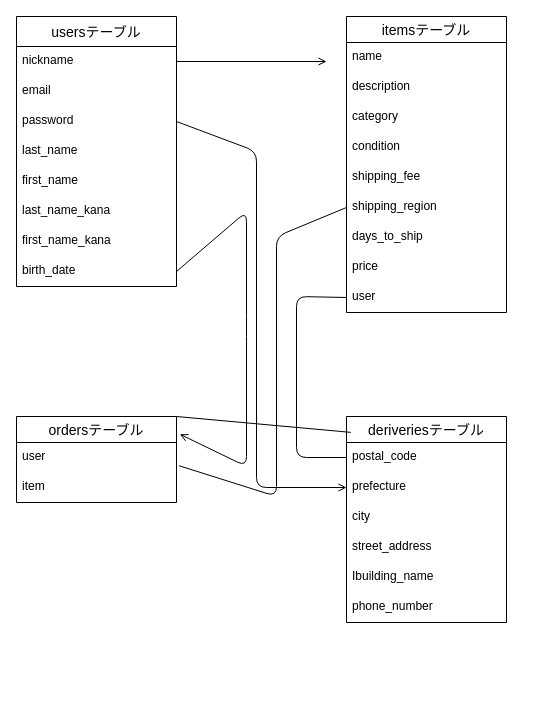
This is furima.dio from kin0208/furima40263, a draw.io file, before an edit. Source tidied: cells renumbered, new cells numbered last; positions are measured from the earlier drawing's top-left corner, leaving out a move shared by most shapes. Both pictures are drawn from the tidied source at 100%, with x=0, y=0 at pixel (16, 16).
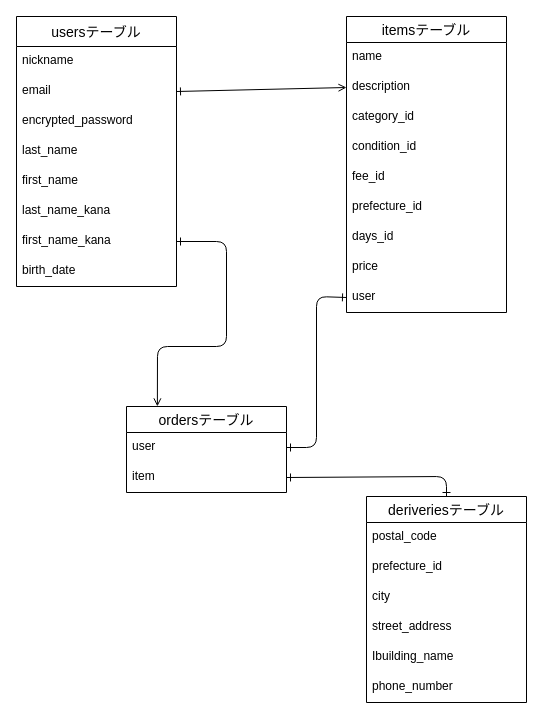
The same diagram, later.

Commit message (it also covers changes not shown here):
設計の修正

Unchanged cells that the change refers to:
```xml
<mxCell id="2" value="usersテーブル" style="swimlane;fontStyle=0;horizontal=1;startSize=30;align=center;fontSize=14;fontFamily=Helvetica;" parent="1" vertex="1">
  <mxGeometry width="160" height="270" as="geometry" />
</mxCell>
<mxCell id="3" value="nickname" style="text;strokeColor=none;fillColor=none;spacingLeft=4;spacingRight=4;overflow=hidden;points=[[0,0.5],[1,0.5]];portConstraint=eastwest;fontSize=12;" parent="2" vertex="1">
  <mxGeometry y="30" width="160" height="30" as="geometry" />
</mxCell>
<mxCell id="4" value="email" style="text;strokeColor=none;fillColor=none;spacingLeft=4;spacingRight=4;overflow=hidden;points=[[0,0.5],[1,0.5]];portConstraint=eastwest;fontSize=12;fontFamily=Helvetica;" parent="2" vertex="1">
  <mxGeometry y="60" width="160" height="30" as="geometry" />
</mxCell>
<mxCell id="9" value="first_name_kana" style="text;strokeColor=none;fillColor=none;spacingLeft=4;spacingRight=4;overflow=hidden;points=[[0,0.5],[1,0.5]];portConstraint=eastwest;fontSize=12;" parent="2" vertex="1">
  <mxGeometry y="210" width="160" height="30" as="geometry" />
</mxCell>
<mxCell id="10" value="birth_date " style="text;strokeColor=none;fillColor=none;spacingLeft=4;spacingRight=4;overflow=hidden;points=[[0,0.5],[1,0.5]];portConstraint=eastwest;fontSize=12;fontFamily=Helvetica;" parent="2" vertex="1">
  <mxGeometry y="240" width="160" height="30" as="geometry" />
</mxCell>
<mxCell id="11" value="itemsテーブル" style="swimlane;fontStyle=0;horizontal=1;startSize=26;align=center;fontSize=14;fontFamily=Helvetica;" parent="1" vertex="1">
  <mxGeometry x="330" width="160" height="296" as="geometry" />
</mxCell>
<mxCell id="13" value="description " style="text;strokeColor=none;fillColor=none;spacingLeft=4;spacingRight=4;overflow=hidden;points=[[0,0.5],[1,0.5]];portConstraint=eastwest;fontSize=12;fontFamily=Helvetica;" parent="11" vertex="1">
  <mxGeometry y="56" width="160" height="30" as="geometry" />
</mxCell>
<mxCell id="20" value="user" style="text;strokeColor=none;fillColor=none;spacingLeft=4;spacingRight=4;overflow=hidden;points=[[0,0.5],[1,0.5]];portConstraint=eastwest;fontSize=12;fontFamily=Helvetica;" parent="11" vertex="1">
  <mxGeometry y="266" width="160" height="30" as="geometry" />
</mxCell>
<mxCell id="22" value="postal_code" style="text;strokeColor=none;fillColor=none;spacingLeft=4;spacingRight=4;overflow=hidden;points=[[0,0.5],[1,0.5]];portConstraint=eastwest;fontSize=12;fontFamily=Helvetica;" parent="21" vertex="1">
  <mxGeometry y="26" width="160" height="30" as="geometry" />
</mxCell>
<mxCell id="30" value="user" style="text;strokeColor=none;fillColor=none;spacingLeft=4;spacingRight=4;overflow=hidden;points=[[0,0.5],[1,0.5]];portConstraint=eastwest;fontSize=12;fontFamily=Helvetica;" parent="29" vertex="1">
  <mxGeometry y="26" width="160" height="30" as="geometry" />
</mxCell>
<mxCell id="31" value="item" style="text;strokeColor=none;fillColor=none;spacingLeft=4;spacingRight=4;overflow=hidden;points=[[0,0.5],[1,0.5]];portConstraint=eastwest;fontSize=12;fontFamily=Helvetica;" parent="29" vertex="1">
  <mxGeometry y="56" width="160" height="30" as="geometry" />
</mxCell>
```

Diff of the diagram source:
```diff
@@
-    <mxCell id="5" value="password" style="text;strokeColor=none;fillColor=none;spacingLeft=4;spacingRight=4;overflow=hidden;points=[[0,0.5],[1,0.5]];portConstraint=eastwest;fontSize=12;" parent="2" vertex="1">
+    <mxCell id="5" value="encrypted_password" style="text;strokeColor=none;fillColor=none;spacingLeft=4;spacingRight=4;overflow=hidden;points=[[0,0.5],[1,0.5]];portConstraint=eastwest;fontSize=12;" parent="2" vertex="1">
       <mxGeometry y="90" width="160" height="30" as="geometry" />
     </mxCell>
@@
-    <mxCell id="14" value="category " style="text;strokeColor=none;fillColor=none;spacingLeft=4;spacingRight=4;overflow=hidden;fontSize=12;fontFamily=Helvetica;" parent="11" vertex="1">
+    <mxCell id="14" value="category_id" style="text;strokeColor=none;fillColor=none;spacingLeft=4;spacingRight=4;overflow=hidden;fontSize=12;fontFamily=Helvetica;" parent="11" vertex="1">
       <mxGeometry y="86" width="160" height="30" as="geometry" />
     </mxCell>
-    <mxCell id="15" value="condition " style="text;strokeColor=none;fillColor=none;spacingLeft=4;spacingRight=4;overflow=hidden;fontSize=12;fontFamily=Helvetica;" parent="11" vertex="1">
+    <mxCell id="15" value="condition_id" style="text;strokeColor=none;fillColor=none;spacingLeft=4;spacingRight=4;overflow=hidden;fontSize=12;fontFamily=Helvetica;" parent="11" vertex="1">
       <mxGeometry y="116" width="160" height="30" as="geometry" />
     </mxCell>
-    <mxCell id="16" value="shipping_fee " style="text;strokeColor=none;fillColor=none;spacingLeft=4;spacingRight=4;overflow=hidden;fontSize=12;fontFamily=Helvetica;" parent="11" vertex="1">
+    <mxCell id="16" value="fee_id" style="text;strokeColor=none;fillColor=none;spacingLeft=4;spacingRight=4;overflow=hidden;fontSize=12;fontFamily=Helvetica;" parent="11" vertex="1">
       <mxGeometry y="146" width="160" height="30" as="geometry" />
     </mxCell>
-    <mxCell id="17" value="shipping_region " style="text;strokeColor=none;fillColor=none;spacingLeft=4;spacingRight=4;overflow=hidden;points=[[0,0.5],[1,0.5]];portConstraint=eastwest;fontSize=12;fontFamily=Helvetica;" parent="11" vertex="1">
-      <mxGeometry y="176" width="160" height="30" as="geometry" />
-    </mxCell>
+    <mxCell id="37" value="prefecture_id" style="text;strokeColor=none;fillColor=none;spacingLeft=4;spacingRight=4;overflow=hidden;fontSize=12;fontFamily=Helvetica;" parent="11" vertex="1">
+      <mxGeometry y="176" width="160" height="30" as="geometry" />
+    </mxCell>
-    <mxCell id="18" value="days_to_ship " style="text;strokeColor=none;fillColor=none;spacingLeft=4;spacingRight=4;overflow=hidden;fontSize=12;fontFamily=Helvetica;" parent="11" vertex="1">
+    <mxCell id="18" value="days_id" style="text;strokeColor=none;fillColor=none;spacingLeft=4;spacingRight=4;overflow=hidden;fontSize=12;fontFamily=Helvetica;" parent="11" vertex="1">
       <mxGeometry y="206" width="160" height="30" as="geometry" />
     </mxCell>
@@
     <mxCell id="21" value="deriveriesテーブル" style="swimlane;fontStyle=0;horizontal=1;startSize=26;align=center;fontSize=14;fontFamily=Helvetica;" parent="1" vertex="1">
-      <mxGeometry x="330" y="400" width="160" height="206" as="geometry" />
+      <mxGeometry x="350" y="480" width="160" height="206" as="geometry" />
     </mxCell>
@@
-    <mxCell id="23" value="prefecture" style="text;strokeColor=none;fillColor=none;spacingLeft=4;spacingRight=4;overflow=hidden;points=[[0,0.5],[1,0.5]];portConstraint=eastwest;fontSize=12;fontFamily=Helvetica;" parent="21" vertex="1">
+    <mxCell id="23" value="prefecture_id" style="text;strokeColor=none;fillColor=none;spacingLeft=4;spacingRight=4;overflow=hidden;points=[[0,0.5],[1,0.5]];portConstraint=eastwest;fontSize=12;fontFamily=Helvetica;" parent="21" vertex="1">
       <mxGeometry y="56" width="160" height="30" as="geometry" />
     </mxCell>
@@
-    <mxCell id="28" style="edgeStyle=none;html=1;exitX=1;exitY=0;exitDx=0;exitDy=0;entryX=0.027;entryY=0.077;entryDx=0;entryDy=0;entryPerimeter=0;strokeColor=default;fontFamily=Helvetica;endArrow=none;endFill=0;" parent="1" edge="1" source="29" target="21">
-      <mxGeometry relative="1" as="geometry" />
-    </mxCell>
     <mxCell id="29" value="ordersテーブル" style="swimlane;fontStyle=0;horizontal=1;startSize=26;align=center;fontSize=14;fontFamily=Helvetica;" parent="1" vertex="1">
-      <mxGeometry y="400" width="160" height="86" as="geometry" />
+      <mxGeometry x="110" y="390" width="160" height="86" as="geometry" />
     </mxCell>
@@
-    <mxCell id="32" style="edgeStyle=none;html=1;exitX=1;exitY=0.5;exitDx=0;exitDy=0;entryX=1.021;entryY=-0.276;entryDx=0;entryDy=0;entryPerimeter=0;fontFamily=Helvetica;endArrow=open;endFill=0;" parent="1" edge="1" source="10" target="30">
-      <mxGeometry relative="1" as="geometry">
-        <Array as="points">
-          <mxPoint x="230" y="195" />
-          <mxPoint x="230" y="310" />
-          <mxPoint x="230" y="450" />
-        </Array>
-      </mxGeometry>
-    </mxCell>
-    <mxCell id="33" style="edgeStyle=none;html=1;exitX=0;exitY=0.5;exitDx=0;exitDy=0;entryX=0;entryY=0.5;entryDx=0;entryDy=0;fontFamily=Helvetica;endArrow=none;endFill=0;strokeColor=default;" parent="1" edge="1" target="22">
-      <mxGeometry relative="1" as="geometry">
-        <mxPoint x="330" y="281" as="sourcePoint" />
-        <Array as="points">
-          <mxPoint x="280" y="280" />
-          <mxPoint x="280" y="441" />
-        </Array>
-      </mxGeometry>
-    </mxCell>
-    <mxCell id="34" style="edgeStyle=none;html=1;exitX=1;exitY=0.5;exitDx=0;exitDy=0;entryX=0;entryY=0.5;entryDx=0;entryDy=0;fontFamily=Helvetica;endArrow=open;endFill=0;" parent="1" edge="1" source="5" target="23">
-      <mxGeometry relative="1" as="geometry">
-        <Array as="points">
-          <mxPoint x="240" y="135" />
-          <mxPoint x="240" y="471" />
-        </Array>
-      </mxGeometry>
-    </mxCell>
-    <mxCell id="35" style="edgeStyle=none;html=1;exitX=1;exitY=0.5;exitDx=0;exitDy=0;fontFamily=Helvetica;endArrow=open;endFill=0;" parent="1" edge="1" source="3">
-      <mxGeometry relative="1" as="geometry">
-        <mxPoint x="310" y="45" as="targetPoint" />
-      </mxGeometry>
-    </mxCell>
-    <mxCell id="36" style="edgeStyle=none;html=1;exitX=0;exitY=0.5;exitDx=0;exitDy=0;entryX=1.016;entryY=0.774;entryDx=0;entryDy=0;entryPerimeter=0;strokeColor=default;fontFamily=Helvetica;endArrow=none;endFill=0;" parent="1" edge="1" source="17" target="30">
-      <mxGeometry relative="1" as="geometry">
-        <Array as="points">
-          <mxPoint x="260" y="220" />
-          <mxPoint x="260" y="480" />
-        </Array>
-      </mxGeometry>
-    </mxCell>
+    <mxCell id="38" style="edgeStyle=none;html=1;exitX=1;exitY=0.5;exitDx=0;exitDy=0;entryX=0;entryY=0.5;entryDx=0;entryDy=0;startArrow=ERone;startFill=0;endArrow=open;endFill=0;" parent="1" edge="1" source="4" target="13">
+      <mxGeometry relative="1" as="geometry" />
+    </mxCell>
+    <mxCell id="39" style="edgeStyle=none;html=1;exitX=1;exitY=0.5;exitDx=0;exitDy=0;entryX=0.193;entryY=-0.001;entryDx=0;entryDy=0;entryPerimeter=0;startArrow=ERone;startFill=0;endArrow=open;endFill=0;" parent="1" edge="1" source="9" target="29">
+      <mxGeometry relative="1" as="geometry">
+        <Array as="points">
+          <mxPoint x="210" y="225" />
+          <mxPoint x="210" y="330" />
+          <mxPoint x="141" y="330" />
+        </Array>
+      </mxGeometry>
+    </mxCell>
+    <mxCell id="40" style="edgeStyle=none;html=1;exitX=0;exitY=0.5;exitDx=0;exitDy=0;entryX=1;entryY=0.5;entryDx=0;entryDy=0;startArrow=ERone;startFill=0;endArrow=ERone;endFill=0;" parent="1" edge="1" source="20" target="30">
+      <mxGeometry relative="1" as="geometry">
+        <Array as="points">
+          <mxPoint x="300" y="280" />
+          <mxPoint x="300" y="431" />
+        </Array>
+      </mxGeometry>
+    </mxCell>
+    <mxCell id="41" style="edgeStyle=none;html=1;exitX=1;exitY=0.5;exitDx=0;exitDy=0;entryX=0.5;entryY=0;entryDx=0;entryDy=0;startArrow=ERone;startFill=0;endArrow=ERone;endFill=0;" parent="1" edge="1" source="31" target="21">
+      <mxGeometry relative="1" as="geometry">
+        <Array as="points">
+          <mxPoint x="430" y="460" />
+        </Array>
+      </mxGeometry>
+    </mxCell>
```
